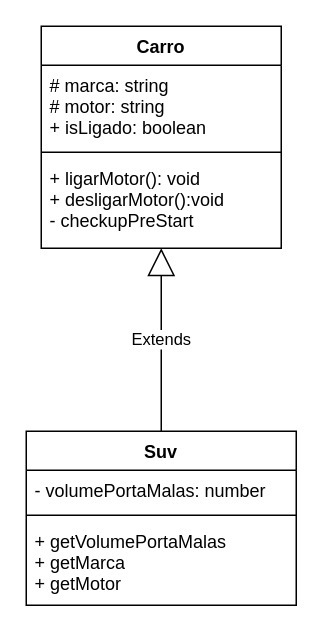
This is 008-POO/001-Exemplos/003-Herança/src/DiagramaClasses.drawio from Ivan-J-Borchardt/Curso_Entra21_2023_Java_JavaScript_React, a draw.io file, before an edit. Source tidied: cells renumbered, new cells numbered last; positions are measured from the earlier drawing's top-left corner, leaving out a move shared by most shapes. Both pictures are drawn from the tidied source at 150%, with x=0, y=0 at pixel (26, 26).
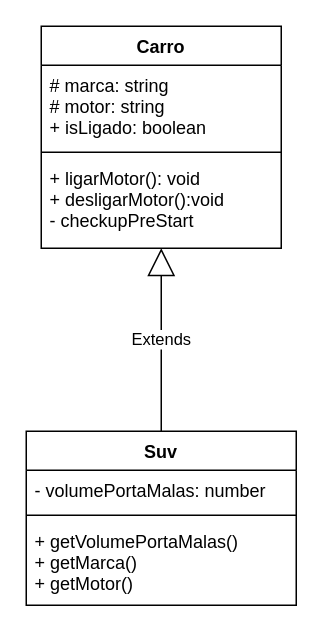
After the change.

The edit, as a diff of the source:
```diff
@@
 <mxGraphModel>
   <root>
     <mxCell id="0" />
     <mxCell id="1" parent="0" />
     <mxCell id="2" value="Carro" style="swimlane;fontStyle=1;align=center;verticalAlign=top;horizontal=1;startSize=26;" parent="1" vertex="1">
       <mxGeometry x="10" width="160" height="148" as="geometry" />
     </mxCell>
     <mxCell id="3" value="# marca: string&#10;# motor: string&#10;+ isLigado: boolean" style="text;strokeColor=none;fillColor=none;align=left;verticalAlign=top;spacingLeft=4;spacingRight=4;overflow=hidden;" parent="2" vertex="1">
       <mxGeometry y="26" width="160" height="54" as="geometry" />
     </mxCell>
     <mxCell id="4" style="line;strokeWidth=1;fillColor=none;align=left;verticalAlign=middle;spacingTop=-1;spacingLeft=3;spacingRight=3;labelPosition=right;strokeColor=inherit;" parent="2" vertex="1">
       <mxGeometry y="80" width="160" height="8" as="geometry" />
     </mxCell>
     <mxCell id="5" value="+ ligarMotor(): void&#10;+ desligarMotor():void&#10;- checkupPreStart" style="text;strokeColor=none;fillColor=none;align=left;verticalAlign=top;spacingLeft=4;spacingRight=4;overflow=hidden;points=[[0,0.5],[1,0.5]];portConstraint=eastwest;" parent="2" vertex="1">
       <mxGeometry y="88" width="160" height="60" as="geometry" />
     </mxCell>
     <mxCell id="6" value="Extends" style="endArrow=block;endSize=16;endFill=0;html=1;exitX=0.5;exitY=0;exitDx=0;exitDy=0;" parent="1" edge="1" source="7" target="5">
       <mxGeometry relative="1" as="geometry" />
     </mxCell>
     <mxCell id="7" value="Suv" style="swimlane;fontStyle=1;align=center;verticalAlign=top;horizontal=1;startSize=26;" parent="1" vertex="1">
       <mxGeometry y="270" width="180" height="116" as="geometry" />
     </mxCell>
     <mxCell id="8" value="- volumePortaMalas: number" style="text;strokeColor=none;fillColor=none;align=left;verticalAlign=top;spacingLeft=4;spacingRight=4;overflow=hidden;" parent="7" vertex="1">
       <mxGeometry y="26" width="180" height="26" as="geometry" />
     </mxCell>
     <mxCell id="9" style="line;strokeWidth=1;fillColor=none;align=left;verticalAlign=middle;spacingTop=-1;spacingLeft=3;spacingRight=3;labelPosition=right;strokeColor=inherit;" parent="7" vertex="1">
       <mxGeometry y="52" width="180" height="8" as="geometry" />
     </mxCell>
-    <mxCell id="10" value="+ getVolumePortaMalas&#10;+ getMarca&#10;+ getMotor" style="text;strokeColor=none;fillColor=none;align=left;verticalAlign=top;spacingLeft=4;spacingRight=4;overflow=hidden;" parent="7" vertex="1">
+    <mxCell id="10" value="+ getVolumePortaMalas()&#10;+ getMarca()&#10;+ getMotor()" style="text;strokeColor=none;fillColor=none;align=left;verticalAlign=top;spacingLeft=4;spacingRight=4;overflow=hidden;" parent="7" vertex="1">
       <mxGeometry y="60" width="180" height="56" as="geometry" />
     </mxCell>
   </root>
 </mxGraphModel>
```
